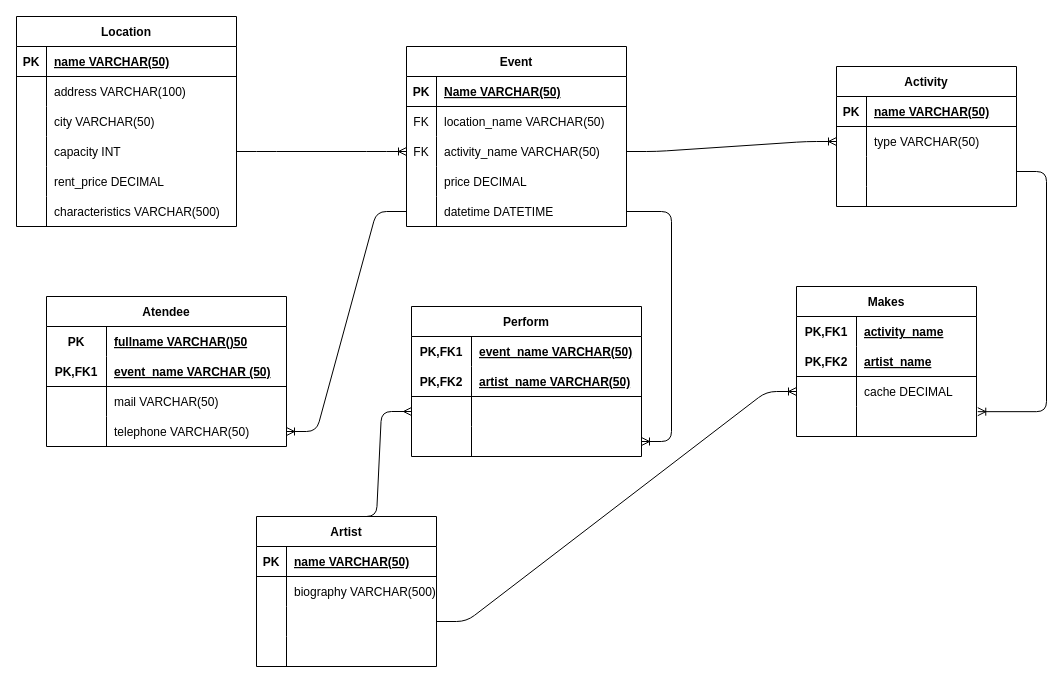
PabloPaezSheridan/EventsEnterpriseSQLDesign keeps this draw.io diagram as Solution/Relational_Model-Empresa_Eventos.drawio. Above is the earlier version. Source tidied: cells renumbered, new cells numbered last; positions are measured from the earlier drawing's top-left corner, leaving out a move shared by most shapes. Both pictures are drawn from the tidied source at 100%, with x=0, y=0 at pixel (16, 16).
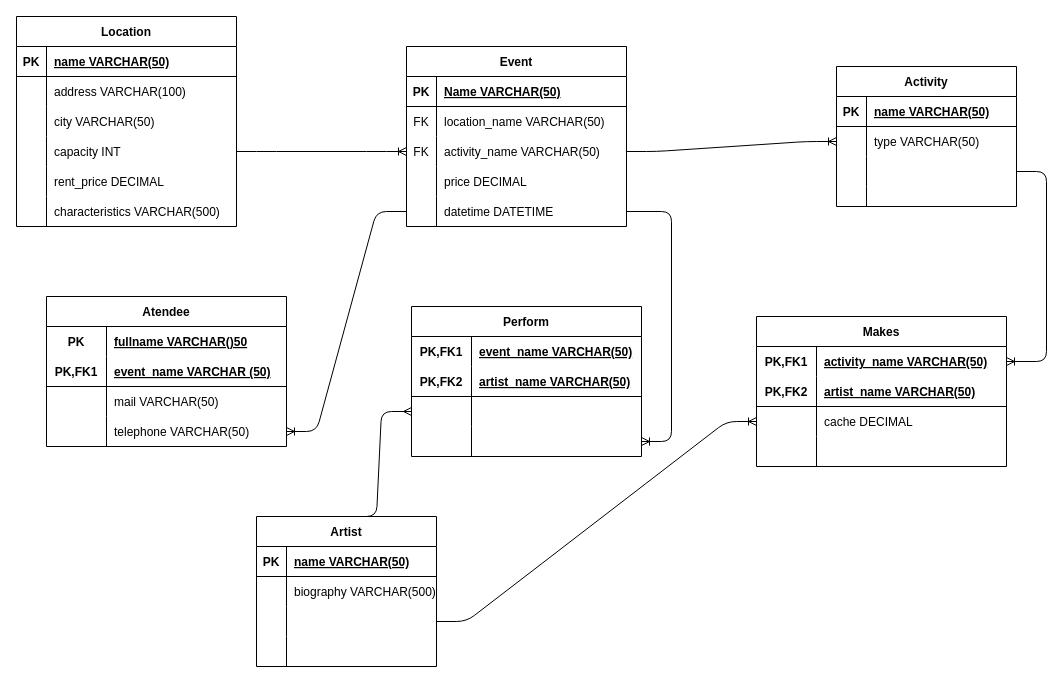
The same diagram, later.

Commit message:
data type missing

The edit, as a diff of the source:
```diff
@@
     <mxCell id="50" value="Makes" style="shape=table;startSize=30;childLayout=tableLayout;rowLines=0;fontStyle=1;align=center;" parent="1" vertex="1">
-      <mxGeometry x="780" y="270" width="180" height="150" as="geometry" />
+      <mxGeometry x="740" y="300" width="250" height="150" as="geometry" />
     </mxCell>
     <mxCell id="51" style="shape=tableRow;horizontal=0;startSize=0;swimlaneHead=0;swimlaneBody=0;fillColor=none;points=[[0,0.5],[1,0.5]];portConstraint=eastwest;top=0;left=0;right=0;bottom=0;" parent="50" vertex="1">
-      <mxGeometry y="30" width="180" height="30" as="geometry" />
+      <mxGeometry y="30" width="250" height="30" as="geometry" />
     </mxCell>
@@
-    <mxCell id="53" value="activity_name" style="shape=partialRectangle;fillColor=none;top=0;left=0;bottom=0;right=0;align=left;spacingLeft=6;fontStyle=5;overflow=hidden;" parent="51" vertex="1">
-      <mxGeometry x="60" width="120" height="30" as="geometry" />
+    <mxCell id="53" value="activity_name VARCHAR(50)" style="shape=partialRectangle;fillColor=none;top=0;left=0;bottom=0;right=0;align=left;spacingLeft=6;fontStyle=5;overflow=hidden;" parent="51" vertex="1">
+      <mxGeometry x="60" width="190" height="30" as="geometry" />
     </mxCell>
     <mxCell id="54" style="shape=tableRow;horizontal=0;startSize=0;swimlaneHead=0;swimlaneBody=0;fillColor=none;top=0;left=0;right=0;bottom=1;" parent="50" vertex="1">
-      <mxGeometry y="60" width="180" height="30" as="geometry" />
+      <mxGeometry y="60" width="250" height="30" as="geometry" />
     </mxCell>
@@
-    <mxCell id="56" value="artist_name" style="shape=partialRectangle;fillColor=none;top=0;left=0;bottom=0;right=0;align=left;spacingLeft=6;fontStyle=5;overflow=hidden;" parent="54" vertex="1">
-      <mxGeometry x="60" width="120" height="30" as="geometry" />
+    <mxCell id="56" value="artist_name VARCHAR(50)" style="shape=partialRectangle;fillColor=none;top=0;left=0;bottom=0;right=0;align=left;spacingLeft=6;fontStyle=5;overflow=hidden;" parent="54" vertex="1">
+      <mxGeometry x="60" width="190" height="30" as="geometry" />
     </mxCell>
     <mxCell id="57" style="shape=tableRow;horizontal=0;startSize=0;swimlaneHead=0;swimlaneBody=0;fillColor=none;points=[[0,0.5],[1,0.5]];portConstraint=eastwest;top=0;left=0;right=0;bottom=0;" parent="50" vertex="1">
-      <mxGeometry y="90" width="180" height="30" as="geometry" />
+      <mxGeometry y="90" width="250" height="30" as="geometry" />
     </mxCell>
@@
     <mxCell id="59" value="cache DECIMAL" style="shape=partialRectangle;fillColor=none;top=0;left=0;bottom=0;right=0;align=left;spacingLeft=6;overflow=hidden;" parent="57" vertex="1">
-      <mxGeometry x="60" width="120" height="30" as="geometry" />
+      <mxGeometry x="60" width="190" height="30" as="geometry" />
     </mxCell>
     <mxCell id="60" style="shape=tableRow;horizontal=0;startSize=0;swimlaneHead=0;swimlaneBody=0;fillColor=none;points=[[0,0.5],[1,0.5]];portConstraint=eastwest;top=0;left=0;right=0;bottom=0;" parent="50" vertex="1">
-      <mxGeometry y="120" width="180" height="30" as="geometry" />
+      <mxGeometry y="120" width="250" height="30" as="geometry" />
     </mxCell>
@@
     <mxCell id="62" style="shape=partialRectangle;fillColor=none;top=0;left=0;bottom=0;right=0;align=left;spacingLeft=6;overflow=hidden;" parent="60" vertex="1">
-      <mxGeometry x="60" width="120" height="30" as="geometry" />
+      <mxGeometry x="60" width="190" height="30" as="geometry" />
     </mxCell>
@@
-    <mxCell id="104" style="edgeStyle=entityRelationEdgeStyle;fontSize=12;html=1;endArrow=ERoneToMany;entryX=1.007;entryY=0.172;entryDx=0;entryDy=0;entryPerimeter=0;" parent="1" edge="1" target="60">
+    <mxCell id="104" style="edgeStyle=entityRelationEdgeStyle;fontSize=12;html=1;endArrow=ERoneToMany;entryX=1;entryY=0.5;entryDx=0;entryDy=0;" parent="1" edge="1" target="51">
       <mxGeometry relative="1" as="geometry">
         <mxPoint x="1000" y="155" as="sourcePoint" />
       </mxGeometry>
     </mxCell>
```
